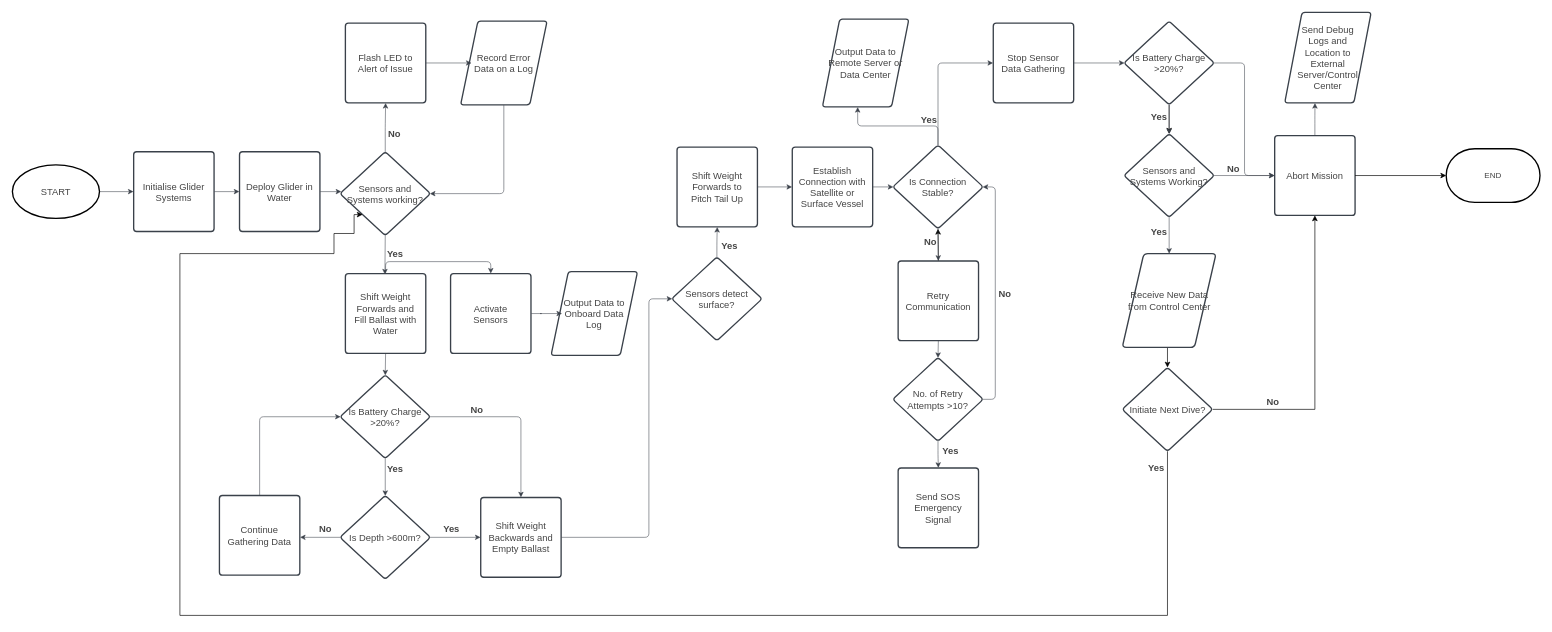
Above: Diving Procedure.drawio in Schlubs/UnGlider-EPQ (draw.io), before the change. Source tidied: cells renumbered, new cells numbered last; positions are measured from the earlier drawing's top-left corner, leaving out a move shared by most shapes. Both pictures are drawn from the tidied source at 67%, with x=0, y=0 at pixel (12, 12).
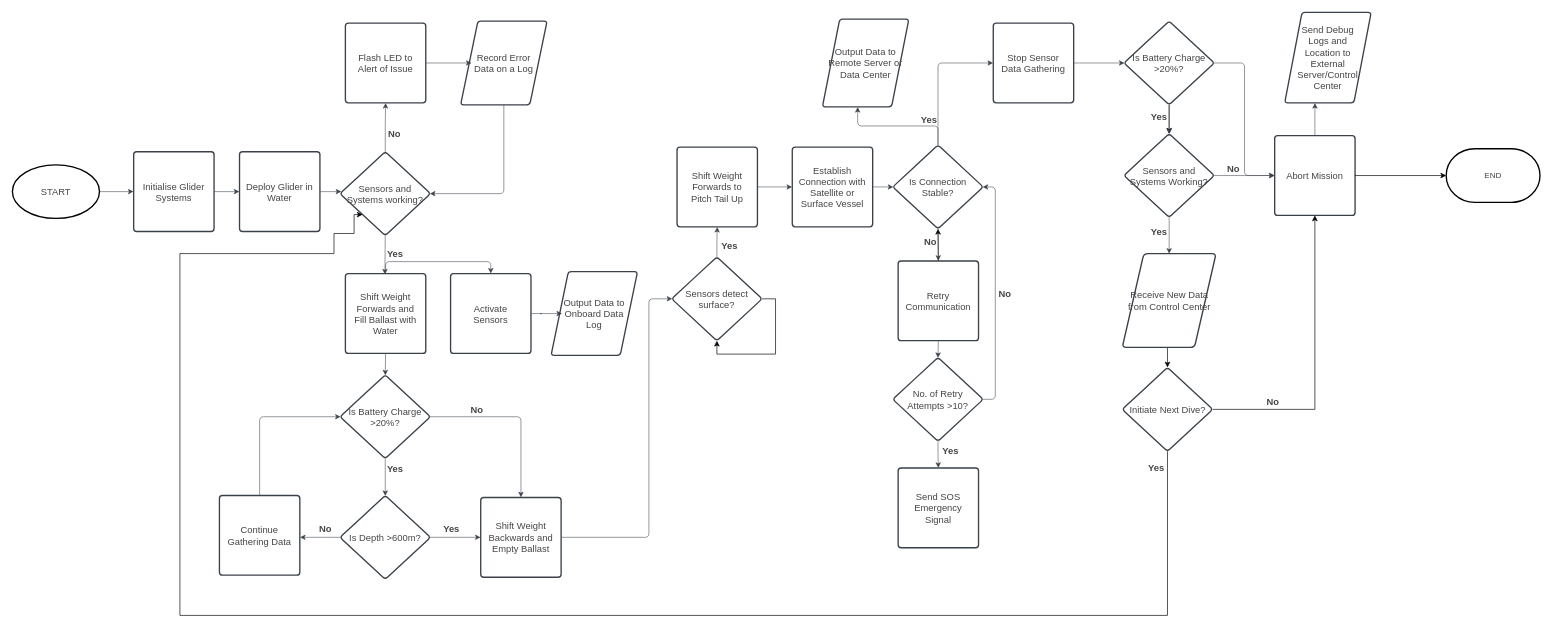
Above is the later version.

Unchanged cells that the change refers to:
```xml
<mxCell id="36" value="Sensors detect surface?" style="html=1;overflow=block;blockSpacing=1;whiteSpace=wrap;rhombus;fontSize=14;fontColor=#454545;spacing=3.8;strokeColor=#3a414a;strokeOpacity=100;fillOpacity=100;rounded=1;absoluteArcSize=1;arcSize=9;fillColor=#ffffff;strokeWidth=2;lucidId=ueUVGRdrRhw9;" parent="1" vertex="1">
  <mxGeometry x="984" y="365" width="135" height="125" as="geometry" />
</mxCell>
```

The edit, as a diff of the source:
```diff
@@
+    <mxCell id="84" style="edgeStyle=orthogonalEdgeStyle;rounded=0;orthogonalLoop=1;jettySize=auto;html=1;exitX=1;exitY=0.5;exitDx=0;exitDy=0;entryX=0.5;entryY=1;entryDx=0;entryDy=0;" parent="1" edge="1" source="36" target="36">
+      <mxGeometry relative="1" as="geometry" />
+    </mxCell>
```
